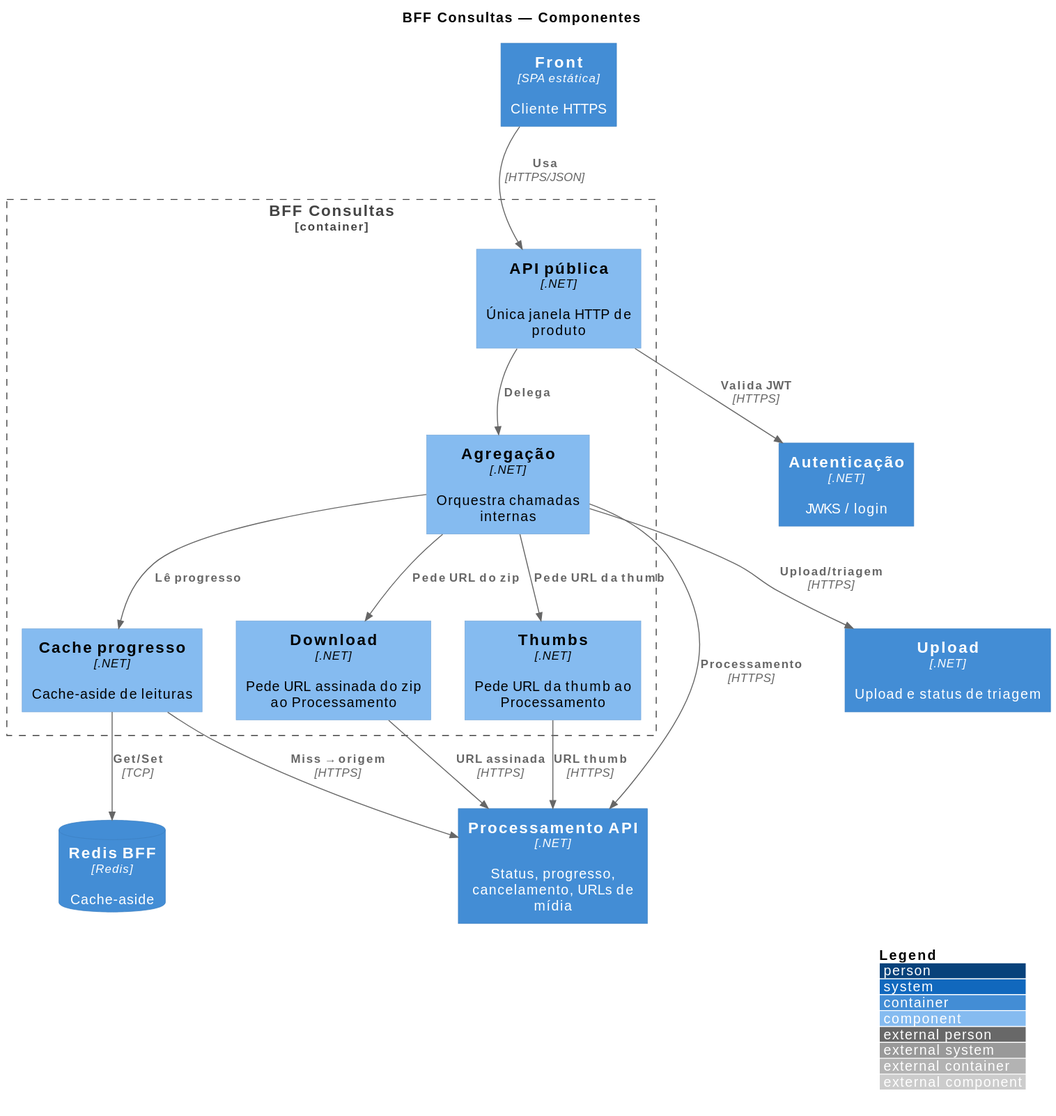
Earlier version of the PlantUML export arquitetura/09_componentes-bff.svg (fiap-x-vcosta/docs).
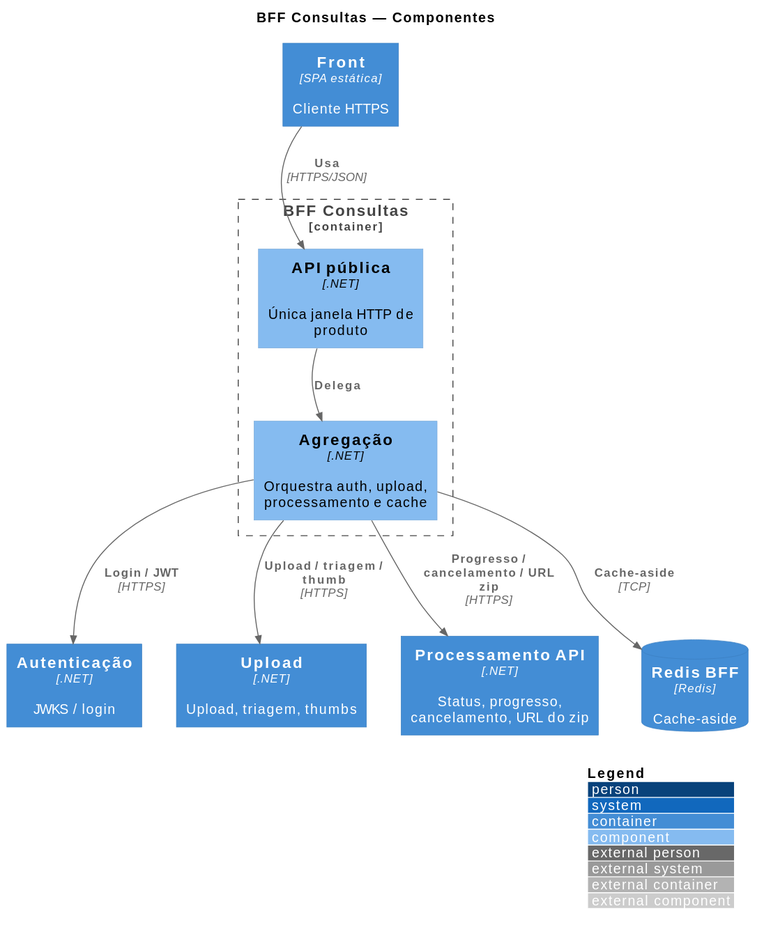
After the change.

What changed in the source:
```diff
@@ -8,37 +8,26 @@
 
 Container(web, "Front", "SPA estática", "Cliente HTTPS")
 Container(auth, "Autenticação", ".NET", "JWKS / login")
-Container(upload, "Upload", ".NET", "Upload e status de triagem")
-Container(procApi, "Processamento API", ".NET", "Status, progresso, cancelamento, URLs de mídia")
+Container(upload, "Upload", ".NET", "Upload, triagem, thumbs")
+Container(procApi, "Processamento API", ".NET", "Status, progresso, cancelamento, URL do zip")
 ContainerDb(redis, "Redis BFF", "Redis", "Cache-aside")
 
 Container_Boundary(bff, "BFF Consultas") {
   Component(gateway, "API pública", ".NET", "Única janela HTTP de produto")
-  Component(agg, "Agregação", ".NET", "Orquestra chamadas internas")
-  Component(cache, "Cache progresso", ".NET", "Cache-aside de leituras")
-  Component(download, "Download", ".NET", "Pede URL assinada do zip ao Processamento")
-  Component(thumbs, "Thumbs", ".NET", "Pede URL da thumb ao Processamento")
+  Component(agg, "Agregação", ".NET", "Orquestra auth, upload, processamento e cache")
 }
 
 Rel(web, gateway, "Usa", "HTTPS/JSON")
-Rel(gateway, auth, "Valida JWT", "HTTPS")
 Rel(gateway, agg, "Delega")
-Rel(agg, upload, "Upload/triagem", "HTTPS")
-Rel(agg, procApi, "Processamento", "HTTPS")
-Rel(agg, cache, "Lê progresso")
-Rel(cache, redis, "Get/Set", "TCP")
-Rel(cache, procApi, "Miss → origem", "HTTPS")
-Rel(agg, download, "Pede URL do zip")
-Rel(download, procApi, "URL assinada", "HTTPS")
-Rel(agg, thumbs, "Pede URL da thumb")
-Rel(thumbs, procApi, "URL thumb", "HTTPS")
+Rel(agg, auth, "Login / JWT", "HTTPS")
+Rel(agg, upload, "Upload / triagem / thumb", "HTTPS")
+Rel(agg, procApi, "Progresso / cancelamento / URL zip", "HTTPS")
+Rel(agg, redis, "Cache-aside", "TCP")
 
 Lay_D(web, gateway)
 Lay_D(gateway, agg)
-Lay_R(cache, download)
-Lay_R(download, thumbs)
-Lay_D(agg, cache)
+Lay_D(agg, redis)
 Lay_R(auth, upload)
 Lay_R(upload, procApi)
-Lay_D(cache, redis)
+Lay_D(agg, auth)
 @enduml
```
